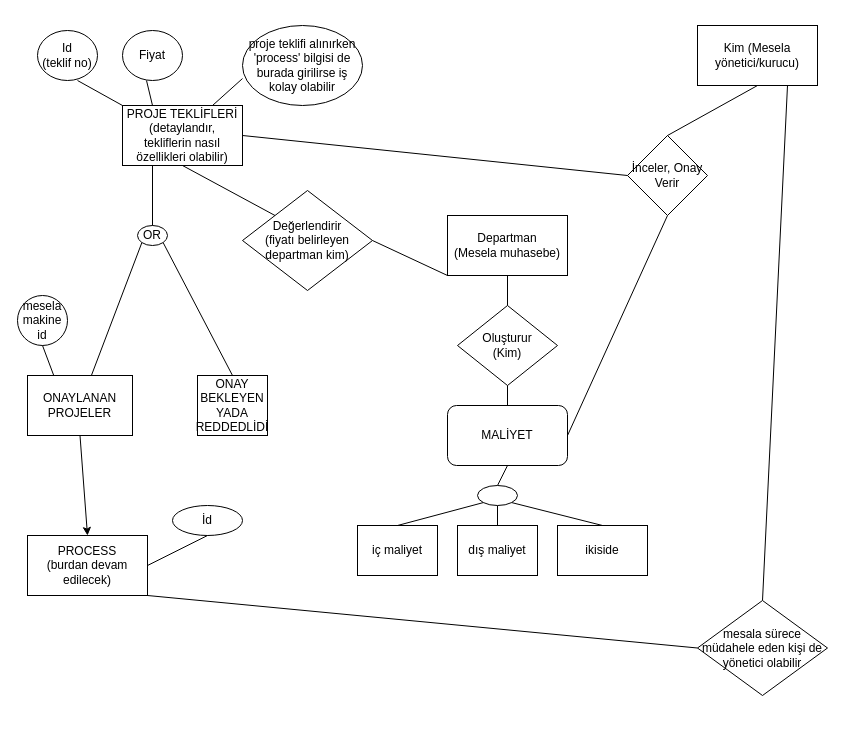
Earlier version of the draw.io diagram duzce.drawio (YamanOnur/duzce). Source tidied: cells renumbered, new cells numbered last; positions are measured from the earlier drawing's top-left corner, leaving out a move shared by most shapes. Both pictures are drawn from the tidied source at 100%, with x=0, y=0 at pixel (17, 25).
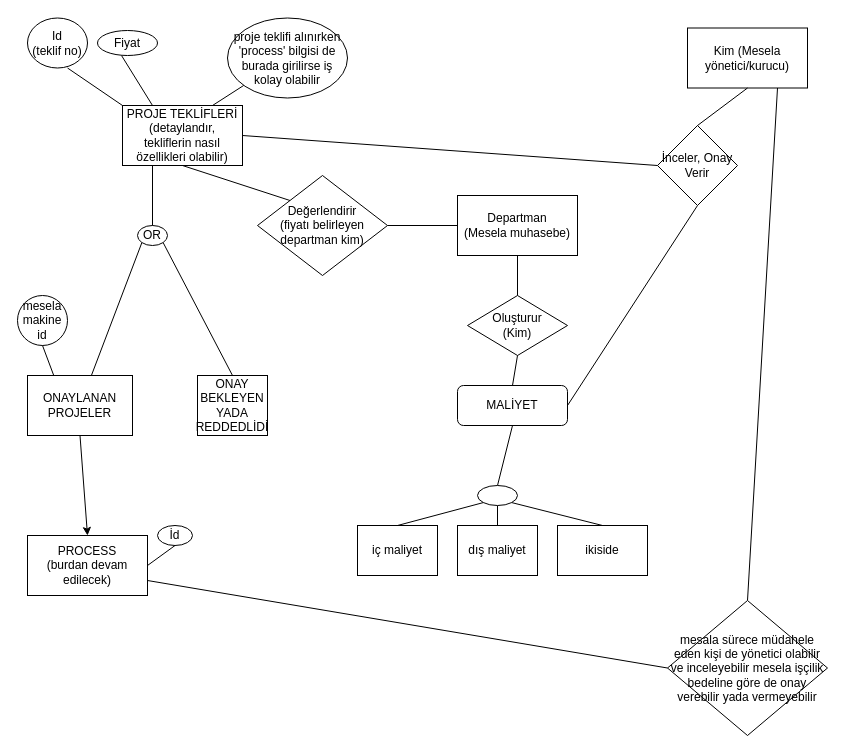
After the change.

Unchanged cells that the change refers to:
```xml
<mxCell id="2" value="PROJE TEKLİFLERİ&lt;br&gt;(detaylandır,&lt;br&gt;tekliflerin nasıl özellikleri olabilir)" style="rounded=0;whiteSpace=wrap;html=1;" parent="1" vertex="1">
  <mxGeometry x="105" y="80" width="120" height="60" as="geometry" />
</mxCell>
<mxCell id="38" value="PROCESS&lt;br&gt;(burdan devam edilecek)" style="rounded=0;whiteSpace=wrap;html=1;" parent="1" vertex="1">
  <mxGeometry x="10" y="510" width="120" height="60" as="geometry" />
</mxCell>
```

Change to the diagram source:
```diff
@@
     <mxCell id="4" value="Id&lt;br&gt;(teklif no)" style="ellipse;whiteSpace=wrap;html=1;" parent="1" vertex="1">
-      <mxGeometry x="20" y="5" width="60" height="50" as="geometry" />
+      <mxGeometry x="10" y="-7.5" width="60" height="50" as="geometry" />
     </mxCell>
     <mxCell id="5" value="Değerlendirir&lt;br&gt;(fiyatı belirleyen departman kim)" style="rhombus;whiteSpace=wrap;html=1;" parent="1" vertex="1">
-      <mxGeometry x="225" y="165" width="130" height="100" as="geometry" />
+      <mxGeometry x="240" y="150" width="130" height="100" as="geometry" />
     </mxCell>
@@
     <mxCell id="7" value="MALİYET" style="rounded=1;whiteSpace=wrap;html=1;fillColor=none;" parent="1" vertex="1">
-      <mxGeometry x="430" y="380" width="120" height="60" as="geometry" />
+      <mxGeometry x="440" y="360" width="110" height="40" as="geometry" />
     </mxCell>
@@
     <mxCell id="10" value="Oluşturur&lt;br&gt;(Kim)" style="rhombus;whiteSpace=wrap;html=1;" parent="1" vertex="1">
-      <mxGeometry x="440" y="280" width="100" height="80" as="geometry" />
+      <mxGeometry x="450" y="270" width="100" height="60" as="geometry" />
     </mxCell>
@@
     <mxCell id="12" value="Departman&lt;br&gt;(Mesela muhasebe)" style="rounded=0;whiteSpace=wrap;html=1;" parent="1" vertex="1">
-      <mxGeometry x="430" y="190" width="120" height="60" as="geometry" />
+      <mxGeometry x="440" y="170" width="120" height="60" as="geometry" />
     </mxCell>
@@
-    <mxCell id="14" style="endArrow=none;html=1;rounded=0;exitX=1;exitY=0.5;exitDx=0;exitDy=0;entryX=0;entryY=1;entryDx=0;entryDy=0;" parent="1" edge="1" source="5" target="12">
+    <mxCell id="14" style="endArrow=none;html=1;rounded=0;exitX=1;exitY=0.5;exitDx=0;exitDy=0;entryX=0;entryY=0.5;entryDx=0;entryDy=0;" parent="1" edge="1" source="5" target="12">
       <mxGeometry relative="1" as="geometry" />
     </mxCell>
     <mxCell id="15" value="Fiyat" style="ellipse;whiteSpace=wrap;html=1;" parent="1" vertex="1">
-      <mxGeometry x="105" y="5" width="60" height="50" as="geometry" />
+      <mxGeometry x="80" y="5" width="60" height="25" as="geometry" />
     </mxCell>
@@
     <mxCell id="18" value="Kim (Mesela yönetici/kurucu)" style="rounded=0;whiteSpace=wrap;html=1;" parent="1" vertex="1">
-      <mxGeometry x="680" width="120" height="60" as="geometry" />
+      <mxGeometry x="670" y="2.5" width="120" height="60" as="geometry" />
     </mxCell>
     <mxCell id="19" value="İnceler, Onay Verir" style="rhombus;whiteSpace=wrap;html=1;" parent="1" vertex="1">
-      <mxGeometry x="610" y="110" width="80" height="80" as="geometry" />
+      <mxGeometry x="640" y="100" width="80" height="80" as="geometry" />
     </mxCell>
@@
     <mxCell id="36" value="proje teklifi alınırken 'process' bilgisi de burada girilirse iş kolay olabilir" style="ellipse;whiteSpace=wrap;html=1;" parent="1" vertex="1">
-      <mxGeometry x="225" width="120" height="80" as="geometry" />
+      <mxGeometry x="210" y="-7.5" width="120" height="80" as="geometry" />
     </mxCell>
-    <mxCell id="37" style="endArrow=none;html=1;rounded=0;exitX=0.75;exitY=0;exitDx=0;exitDy=0;entryX=0;entryY=0.663;entryDx=0;entryDy=0;entryPerimeter=0;" parent="1" edge="1" source="2" target="36">
+    <mxCell id="37" style="endArrow=none;html=1;rounded=0;exitX=0.75;exitY=0;exitDx=0;exitDy=0;" parent="1" edge="1" source="2" target="36">
       <mxGeometry relative="1" as="geometry" />
     </mxCell>
@@
     <mxCell id="39" value="İd" style="ellipse;whiteSpace=wrap;html=1;" parent="1" vertex="1">
-      <mxGeometry x="155" y="480" width="70" height="30" as="geometry" />
+      <mxGeometry x="140" y="500" width="35" height="20" as="geometry" />
     </mxCell>
@@
-    <mxCell id="43" value="mesala sürece müdahele eden kişi de yönetici olabilir" style="rhombus;whiteSpace=wrap;html=1;" parent="1" vertex="1">
-      <mxGeometry x="680" y="575" width="130" height="95" as="geometry" />
+    <mxCell id="43" value="mesala sürece müdahele eden kişi de yönetici olabilir ve inceleyebilir mesela işçilik bedeline göre de onay verebilir yada vermeyebilir" style="rhombus;whiteSpace=wrap;html=1;" parent="1" vertex="1">
+      <mxGeometry x="650" y="575" width="160" height="135" as="geometry" />
     </mxCell>
-    <mxCell id="44" style="endArrow=none;html=1;rounded=0;entryX=0;entryY=0.5;entryDx=0;entryDy=0;exitX=1;exitY=1;exitDx=0;exitDy=0;" parent="1" edge="1" source="38" target="43">
+    <mxCell id="44" style="endArrow=none;html=1;rounded=0;entryX=0;entryY=0.5;entryDx=0;entryDy=0;exitX=1;exitY=0.75;exitDx=0;exitDy=0;" parent="1" edge="1" source="38" target="43">
       <mxGeometry relative="1" as="geometry" />
     </mxCell>
```
